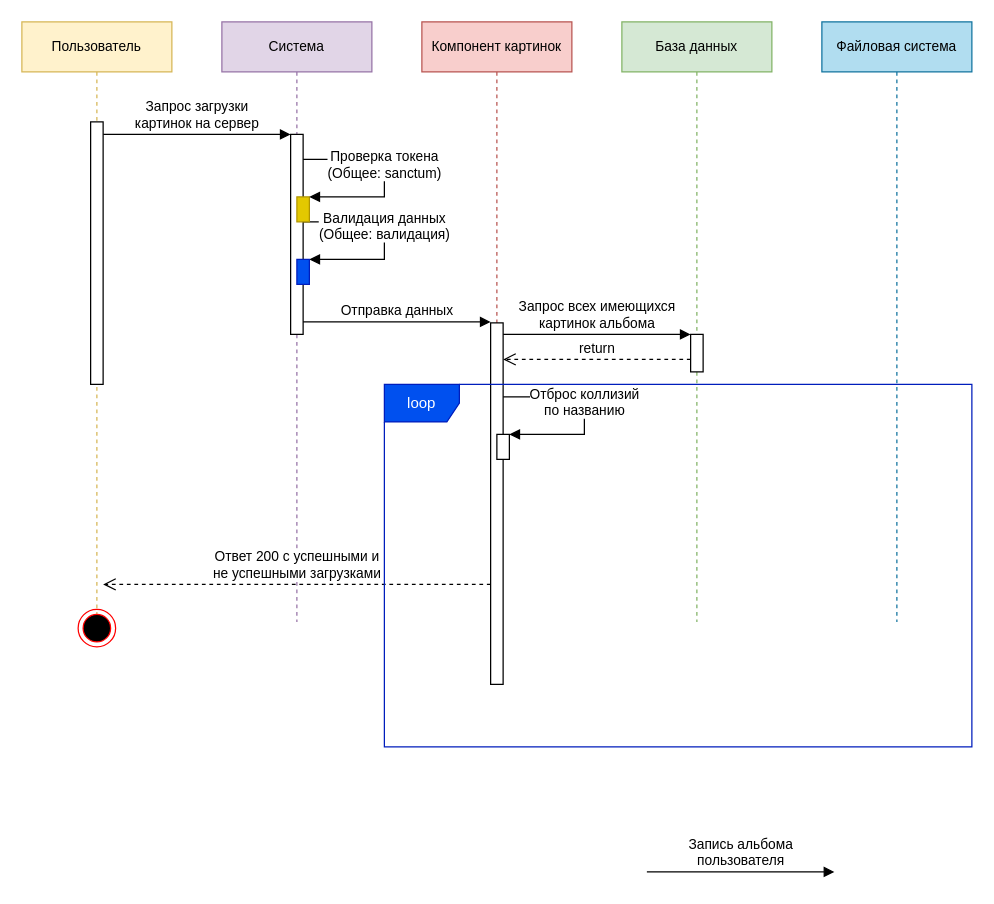
This is page "Pic: загрузка" (7 of 7) of docs/Последовательности.drawio from savayaqu/course-project-4, a draw.io file, before an edit. Source tidied: cells renumbered, new cells numbered last; positions are measured from the earlier drawing's top-left corner, leaving out a move shared by most shapes. Both pictures are drawn from the tidied source at 125%, with x=0, y=0 at pixel (21, 21).
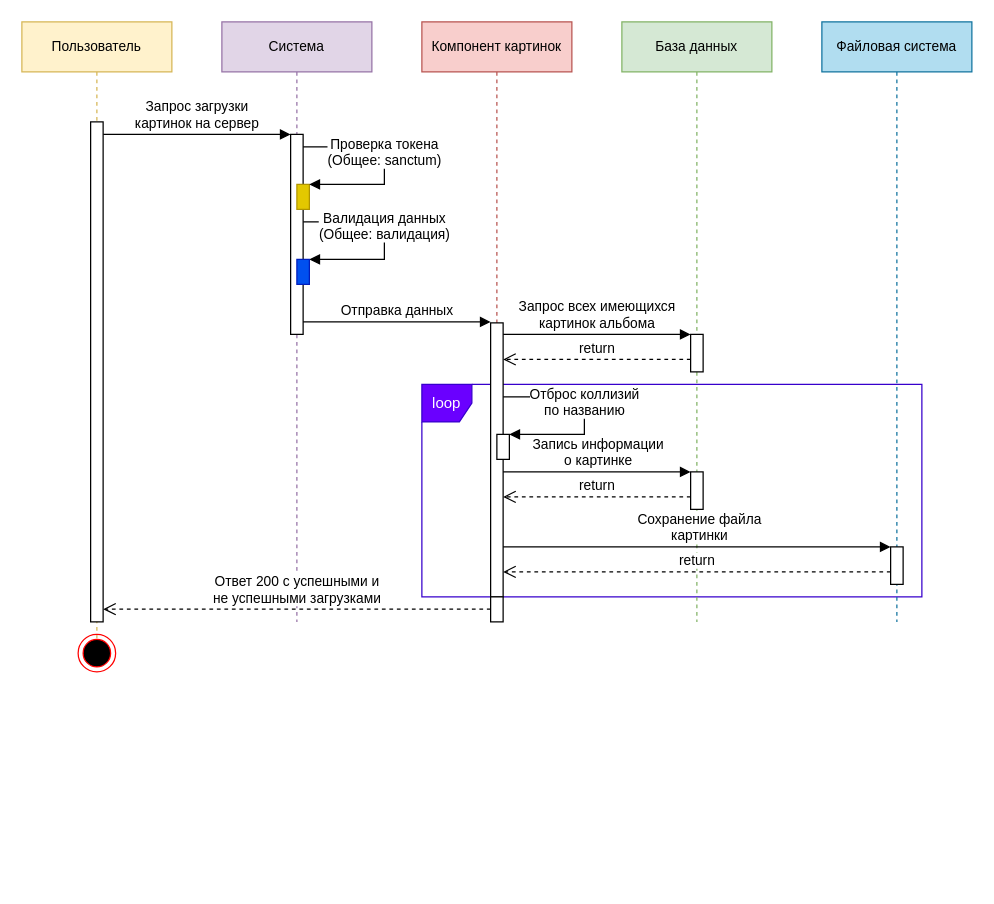
The same diagram, later.

Unchanged cells that the change refers to:
```xml
<mxCell id="6" value="Система" style="shape=umlLifeline;perimeter=lifelinePerimeter;whiteSpace=wrap;html=1;labelBackgroundColor=none;strokeColor=#9673a6;fontFamily=Helvetica;fontSize=11;fillColor=#e1d5e7;" parent="1" vertex="1">
  <mxGeometry x="160" width="120" height="480" as="geometry" />
</mxCell>
<mxCell id="19" value="Файловая система" style="shape=umlLifeline;perimeter=lifelinePerimeter;whiteSpace=wrap;html=1;labelBackgroundColor=none;strokeColor=#10739e;fontFamily=Helvetica;fontSize=11;fillColor=#b1ddf0;" parent="1" vertex="1">
  <mxGeometry x="640" width="120" height="480" as="geometry" />
</mxCell>
```

What changed in the source:
```diff
@@
+    <mxCell id="22" value="loop" style="shape=umlFrame;whiteSpace=wrap;html=1;fillColor=#6a00ff;strokeColor=#3700CC;fontColor=#ffffff;width=40;height=30;" parent="1" vertex="1">
+      <mxGeometry x="320" y="290" width="400" height="170" as="geometry" />
+    </mxCell>
     <mxCell id="2" value="Пользователь" style="shape=umlLifeline;perimeter=lifelinePerimeter;whiteSpace=wrap;html=1;labelBackgroundColor=none;strokeColor=#d6b656;fontFamily=Helvetica;fontSize=11;fillColor=#fff2cc;" parent="1" vertex="1">
-      <mxGeometry width="120" height="480" as="geometry" />
+      <mxGeometry width="120" height="510" as="geometry" />
     </mxCell>
@@
     <mxCell id="9" style="html=1;points=[];perimeter=orthogonalPerimeter;labelBackgroundColor=none;strokeColor=#B09500;fontFamily=Helvetica;fontSize=11;fontColor=#000000;fillColor=#e3c800;" parent="6" vertex="1">
-      <mxGeometry x="60" y="140" width="10" height="20" as="geometry" />
+      <mxGeometry x="60" y="130" width="10" height="20" as="geometry" />
     </mxCell>
     <mxCell id="10" value="Проверка токена&lt;br&gt;(Общее: sanctum)" style="html=1;verticalAlign=bottom;endArrow=block;rounded=0;labelBackgroundColor=default;strokeColor=default;fontFamily=Helvetica;fontSize=11;fontColor=default;shape=connector;curved=0;" parent="6" edge="1" target="9">
       <mxGeometry x="0.1" relative="1" as="geometry">
-        <mxPoint x="65" y="110" as="sourcePoint" />
+        <mxPoint x="65" y="100" as="sourcePoint" />
         <Array as="points">
-          <mxPoint x="130" y="110" />
-          <mxPoint x="130" y="140" />
-          <mxPoint x="100" y="140" />
+          <mxPoint x="130" y="100" />
+          <mxPoint x="130" y="130" />
+          <mxPoint x="100" y="130" />
         </Array>
       </mxGeometry>
     </mxCell>
@@
     <mxCell id="12" style="html=1;points=[];perimeter=orthogonalPerimeter;labelBackgroundColor=none;strokeColor=#000000;fontFamily=Helvetica;fontSize=11;fontColor=default;fillColor=default;" parent="1" vertex="1">
-      <mxGeometry x="55" y="80" width="10" height="210" as="geometry" />
+      <mxGeometry x="55" y="80" width="10" height="400" as="geometry" />
     </mxCell>
     <mxCell id="13" style="html=1;points=[];perimeter=orthogonalPerimeter;labelBackgroundColor=none;strokeColor=#000000;fontFamily=Helvetica;fontSize=11;fontColor=default;fillColor=default;" parent="1" vertex="1">
-      <mxGeometry x="375" y="240.8" width="10" height="289.2" as="geometry" />
+      <mxGeometry x="375" y="240.8" width="10" height="219.2" as="geometry" />
     </mxCell>
@@
     <mxCell id="17" value="Ответ 200 с&amp;nbsp;успешными и &lt;br&gt;не успешными загрузками" style="html=1;verticalAlign=bottom;endArrow=open;dashed=1;endSize=8;rounded=0;labelBackgroundColor=default;strokeColor=default;fontFamily=Helvetica;fontSize=11;fontColor=default;shape=connector;curved=0;" parent="1" edge="1">
       <mxGeometry relative="1" as="geometry">
-        <mxPoint x="375" y="450" as="sourcePoint" />
-        <mxPoint x="65" y="450" as="targetPoint" />
+        <mxPoint x="375" y="469.8" as="sourcePoint" />
+        <mxPoint x="65" y="469.8" as="targetPoint" />
         <Array as="points">
-          <mxPoint x="260" y="450" />
+          <mxPoint x="260" y="469.8" />
         </Array>
       </mxGeometry>
     </mxCell>
     <mxCell id="18" style="ellipse;html=1;shape=endState;fillColor=#000000;strokeColor=#ff0000;labelBackgroundColor=none;fontFamily=Helvetica;fontSize=11;fontColor=default;" parent="1" vertex="1">
-      <mxGeometry x="45" y="470" width="30" height="30" as="geometry" />
+      <mxGeometry x="45" y="490" width="30" height="30" as="geometry" />
     </mxCell>
@@
-    <mxCell id="20" value="Запись альбома &lt;br&gt;пользователя" style="html=1;verticalAlign=bottom;endArrow=block;rounded=0;labelBackgroundColor=default;strokeColor=default;fontFamily=Helvetica;fontSize=11;fontColor=default;shape=connector;curved=0;" parent="1" edge="1">
-      <mxGeometry relative="1" as="geometry">
-        <mxPoint x="500" y="680" as="sourcePoint" />
-        <mxPoint x="650" y="680" as="targetPoint" />
-      </mxGeometry>
-    </mxCell>
+    <mxCell id="25" style="html=1;points=[];perimeter=orthogonalPerimeter;labelBackgroundColor=none;strokeColor=#000000;fontFamily=Helvetica;fontSize=11;fontColor=default;fillColor=default;" parent="19" vertex="1">
+      <mxGeometry x="55" y="420" width="10" height="30" as="geometry" />
+    </mxCell>
@@
-    <mxCell id="22" value="loop" style="shape=umlFrame;whiteSpace=wrap;html=1;fillColor=#0050ef;strokeColor=#001DBC;fontColor=#ffffff;" parent="1" vertex="1">
-      <mxGeometry x="290" y="290" width="470" height="290" as="geometry" />
-    </mxCell>
@@
+    <mxCell id="26" style="html=1;points=[];perimeter=orthogonalPerimeter;labelBackgroundColor=none;strokeColor=#000000;fontFamily=Helvetica;fontSize=11;fontColor=default;fillColor=default;" parent="1" vertex="1">
+      <mxGeometry x="535" y="360" width="10" height="30" as="geometry" />
+    </mxCell>
+    <mxCell id="27" value="Запись информации &lt;br&gt;о картинке" style="html=1;verticalAlign=bottom;endArrow=block;rounded=0;labelBackgroundColor=default;strokeColor=default;fontFamily=Helvetica;fontSize=11;fontColor=default;shape=connector;curved=0;" parent="1" edge="1">
+      <mxGeometry x="0.01" relative="1" as="geometry">
+        <mxPoint x="385" y="360" as="sourcePoint" />
+        <mxPoint x="535" y="360" as="targetPoint" />
+        <Array as="points">
+          <mxPoint x="460" y="360" />
+        </Array>
+      </mxGeometry>
+    </mxCell>
+    <mxCell id="28" value="return" style="html=1;verticalAlign=bottom;endArrow=open;dashed=1;endSize=8;rounded=0;labelBackgroundColor=default;strokeColor=default;fontFamily=Helvetica;fontSize=11;fontColor=default;shape=connector;" parent="1" edge="1" source="26" target="13">
+      <mxGeometry relative="1" as="geometry">
+        <Array as="points">
+          <mxPoint x="520" y="380" />
+        </Array>
+      </mxGeometry>
+    </mxCell>
+    <mxCell id="29" value="Сохранение файла &lt;br&gt;картинки" style="html=1;verticalAlign=bottom;endArrow=block;rounded=0;labelBackgroundColor=default;strokeColor=default;fontFamily=Helvetica;fontSize=11;fontColor=default;shape=connector;curved=0;" parent="1" edge="1" source="13" target="25">
+      <mxGeometry x="0.01" relative="1" as="geometry">
+        <Array as="points">
+          <mxPoint x="590" y="420" />
+        </Array>
+      </mxGeometry>
+    </mxCell>
+    <mxCell id="30" value="return" style="html=1;verticalAlign=bottom;endArrow=open;dashed=1;endSize=8;rounded=0;labelBackgroundColor=default;strokeColor=default;fontFamily=Helvetica;fontSize=11;fontColor=default;shape=connector;" parent="1" edge="1" source="25" target="13">
+      <mxGeometry relative="1" as="geometry">
+        <Array as="points">
+          <mxPoint x="680" y="440" />
+        </Array>
+      </mxGeometry>
+    </mxCell>
+    <mxCell id="31" style="html=1;perimeter=orthogonalPerimeter;labelBackgroundColor=none;strokeColor=#000000;fontFamily=Helvetica;fontSize=11;fontColor=default;fillColor=default;" parent="1" vertex="1">
+      <mxGeometry x="375" y="460" width="10" height="20" as="geometry" />
+    </mxCell>
```
